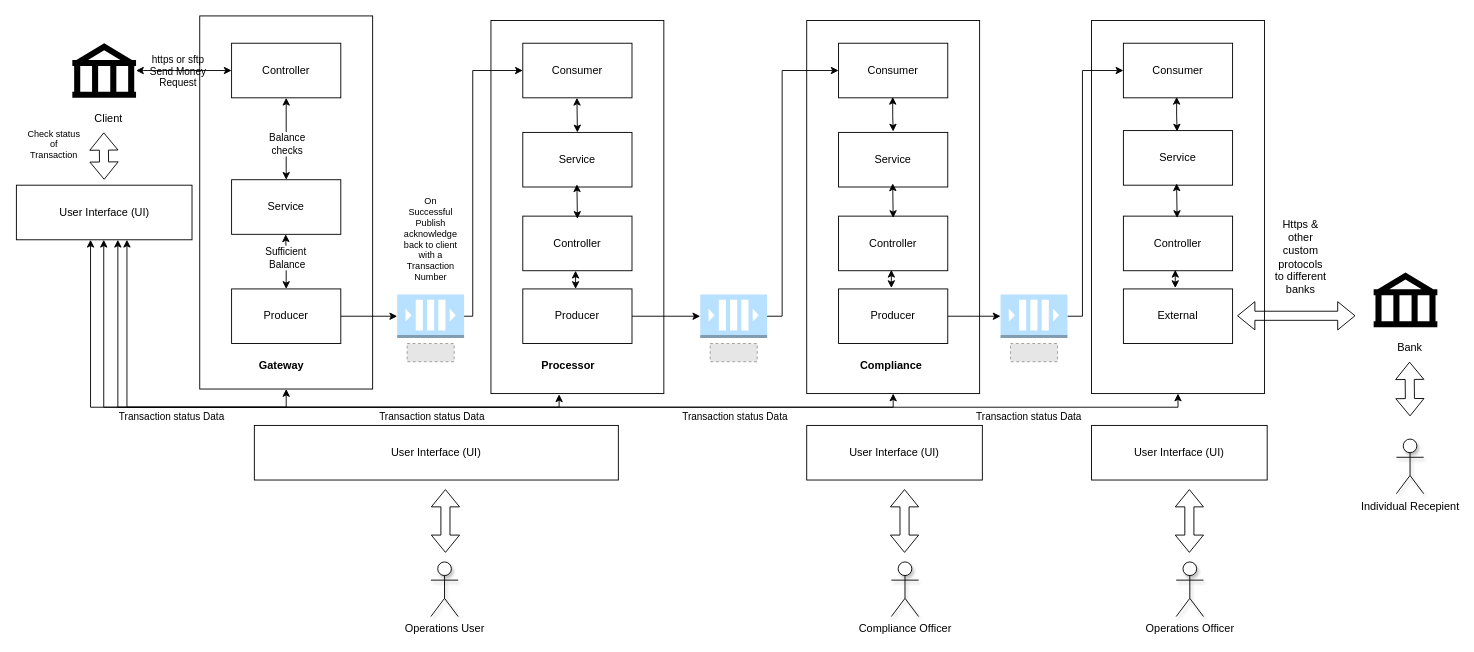
The draw.io diagram page "Connection Diagram" (10 of 11) of Parking.drawio in suhasark/bits-mtech-work, before the edit. Source tidied: cells renumbered, new cells numbered last; positions are measured from the earlier drawing's top-left corner, leaving out a move shared by most shapes. Both pictures are drawn from the tidied source at 91%, with x=0, y=0 at pixel (15, 15). Pictures stored in the file or linked from it are replaced by grey dashed boxes.
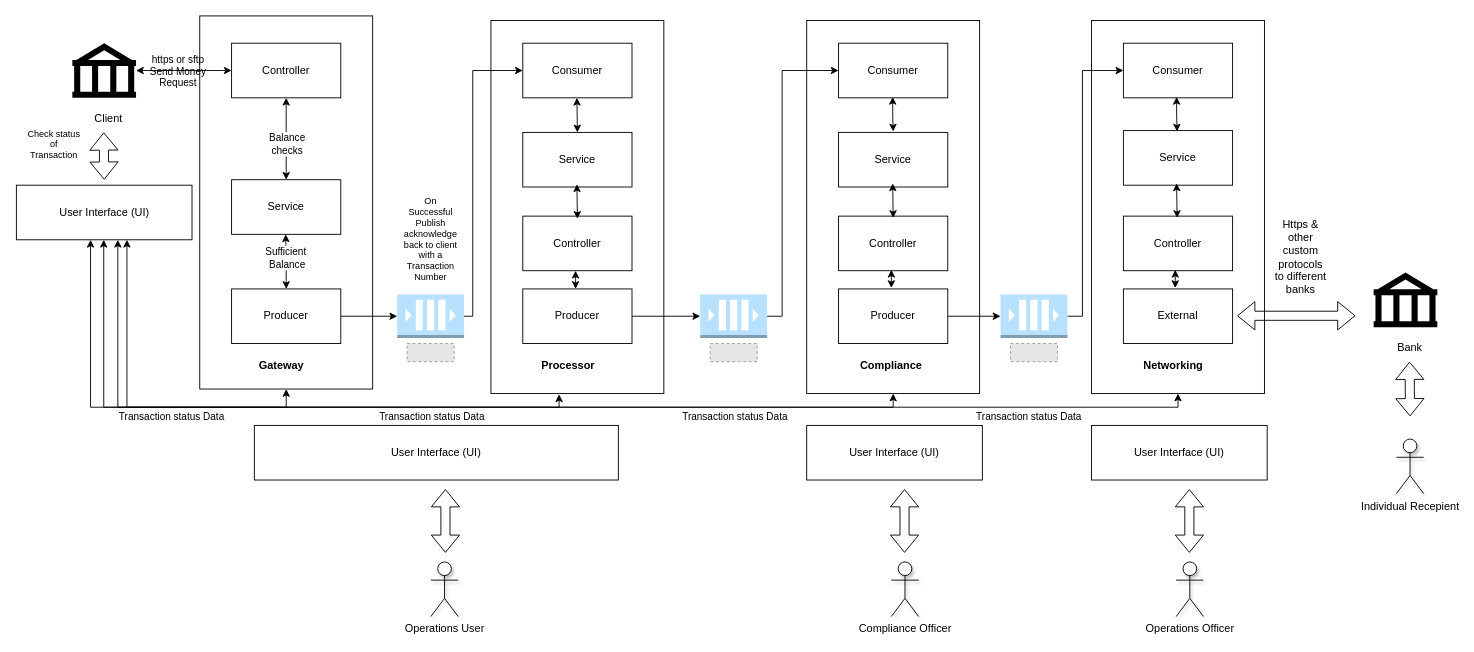
The same diagram, later.

Change to the diagram source:
```diff
@@
+    <mxCell id="80" value="Networking" style="text;html=1;align=center;verticalAlign=middle;whiteSpace=wrap;rounded=0;fontStyle=1;" parent="1" vertex="1">
+      <mxGeometry x="1242" y="370" width="60" height="30" as="geometry" />
+    </mxCell>
```
